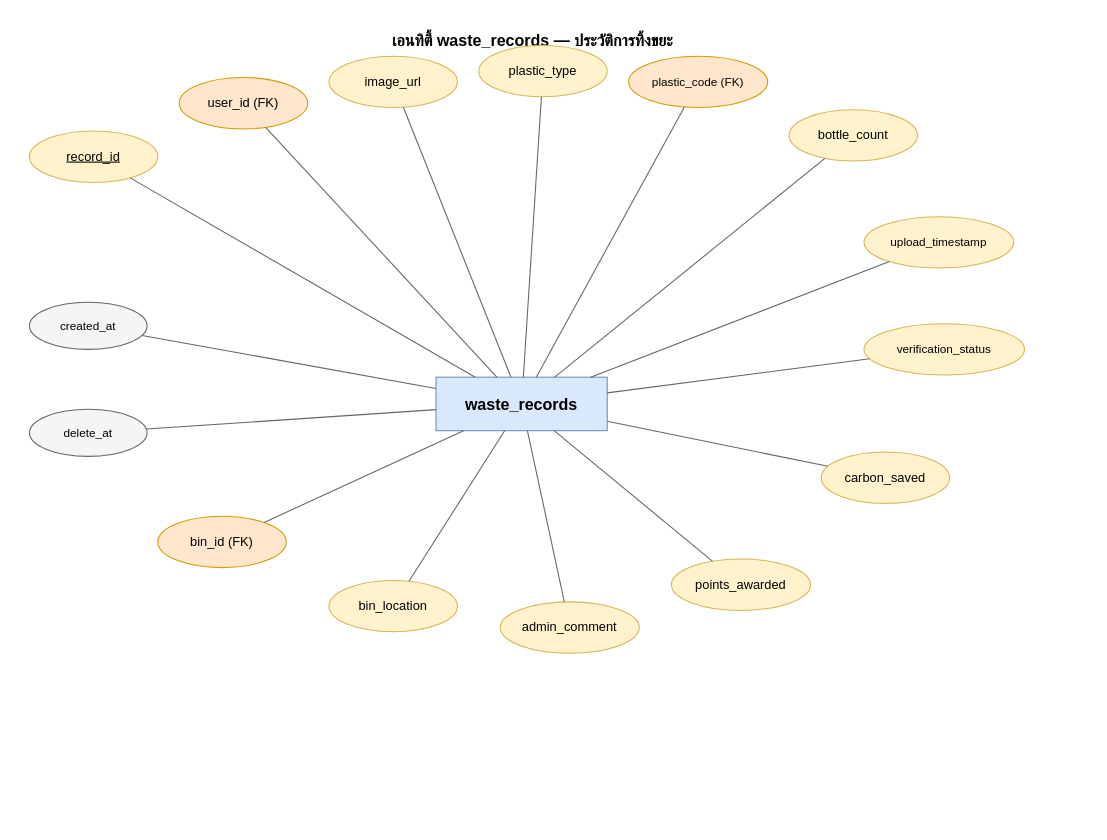
Before: page "2. waste_records" (2 of 9) of docs/diagrams/er/ecobin-er-all-entities.drawio in jirakit661102057104-cloud/ecobin-connect, a draw.io diagram. Source tidied: cells renumbered, new cells numbered last; positions are measured from the earlier drawing's top-left corner, leaving out a move shared by most shapes. Both pictures are drawn from the tidied source at 107%, with x=0, y=0 at pixel (29, 24).
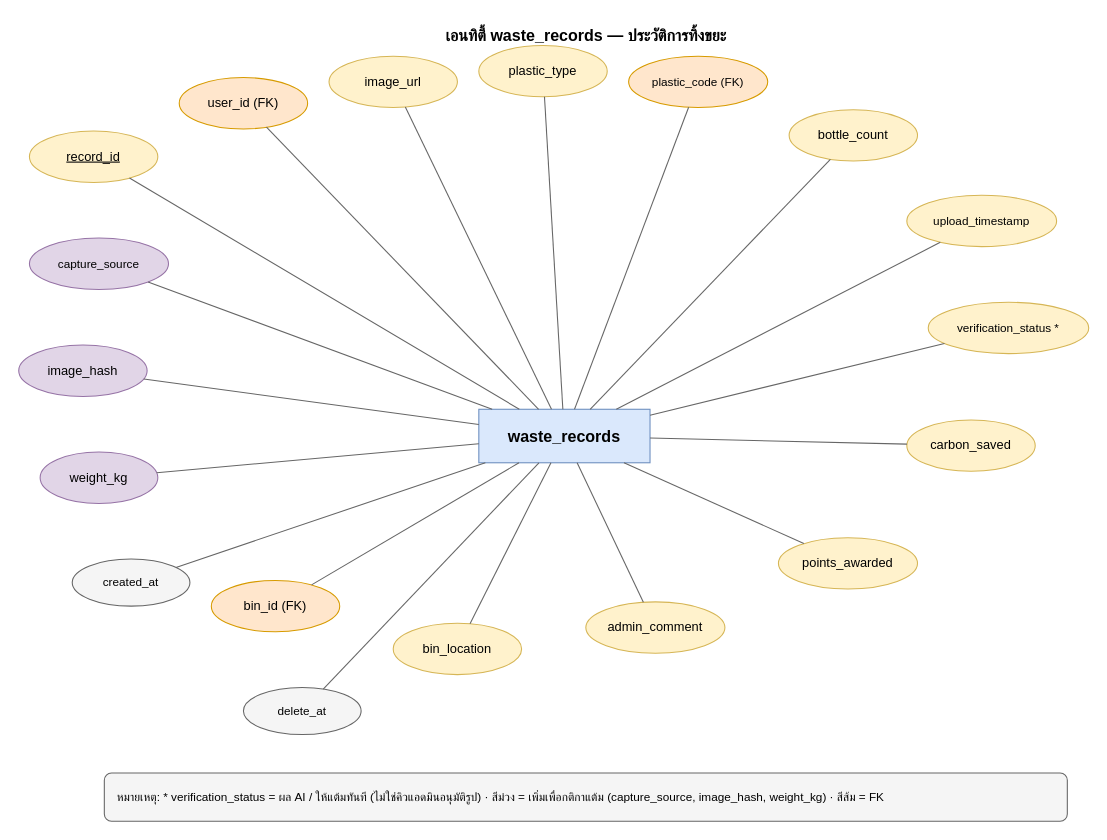
The same page after the edit.

The edit, as a diff of the source:
```diff
@@
     <mxCell id="2" value="เอนทิตี้ waste_records — ประวัติการทิ้งขยะ" style="text;html=1;align=center;fontStyle=1;fontSize=15;" parent="1" vertex="1">
-      <mxGeometry x="170" width="600" height="30" as="geometry" />
+      <mxGeometry x="170" y="-5" width="700" height="30" as="geometry" />
     </mxCell>
     <mxCell id="3" value="waste_records" style="rounded=0;whiteSpace=wrap;html=1;fillColor=#dae8fc;strokeColor=#6c8ebf;fontStyle=1;fontSize=15;" parent="1" vertex="1">
-      <mxGeometry x="380" y="330" width="160" height="50" as="geometry" />
+      <mxGeometry x="420" y="360" width="160" height="50" as="geometry" />
     </mxCell>
@@
     <mxCell id="10" value="upload_timestamp" style="ellipse;whiteSpace=wrap;html=1;fillColor=#fff2cc;strokeColor=#d6b656;fontSize=11;" parent="1" vertex="1">
-      <mxGeometry x="780" y="180" width="140" height="48" as="geometry" />
+      <mxGeometry x="820" y="160" width="140" height="48" as="geometry" />
     </mxCell>
-    <mxCell id="11" value="verification_status" style="ellipse;whiteSpace=wrap;html=1;fillColor=#fff2cc;strokeColor=#d6b656;fontSize=11;" parent="1" vertex="1">
-      <mxGeometry x="780" y="280" width="150" height="48" as="geometry" />
+    <mxCell id="11" value="verification_status *" style="ellipse;whiteSpace=wrap;html=1;fillColor=#fff2cc;strokeColor=#d6b656;fontSize=11;" parent="1" vertex="1">
+      <mxGeometry x="840" y="260" width="150" height="48" as="geometry" />
     </mxCell>
     <mxCell id="12" value="carbon_saved" style="ellipse;whiteSpace=wrap;html=1;fillColor=#fff2cc;strokeColor=#d6b656;fontSize=12;" parent="1" vertex="1">
-      <mxGeometry x="740" y="400" width="120" height="48" as="geometry" />
+      <mxGeometry x="820" y="370" width="120" height="48" as="geometry" />
     </mxCell>
     <mxCell id="13" value="points_awarded" style="ellipse;whiteSpace=wrap;html=1;fillColor=#fff2cc;strokeColor=#d6b656;fontSize=12;" parent="1" vertex="1">
-      <mxGeometry x="600" y="500" width="130" height="48" as="geometry" />
+      <mxGeometry x="700" y="480" width="130" height="48" as="geometry" />
     </mxCell>
     <mxCell id="14" value="admin_comment" style="ellipse;whiteSpace=wrap;html=1;fillColor=#fff2cc;strokeColor=#d6b656;fontSize=12;" parent="1" vertex="1">
-      <mxGeometry x="440" y="540" width="130" height="48" as="geometry" />
+      <mxGeometry x="520" y="540" width="130" height="48" as="geometry" />
     </mxCell>
     <mxCell id="15" value="bin_location" style="ellipse;whiteSpace=wrap;html=1;fillColor=#fff2cc;strokeColor=#d6b656;fontSize=12;" parent="1" vertex="1">
-      <mxGeometry x="280" y="520" width="120" height="48" as="geometry" />
+      <mxGeometry x="340" y="560" width="120" height="48" as="geometry" />
     </mxCell>
     <mxCell id="16" value="bin_id (FK)" style="ellipse;whiteSpace=wrap;html=1;fillColor=#ffe6cc;strokeColor=#d79b00;fontSize=12;" parent="1" vertex="1">
-      <mxGeometry x="120" y="460" width="120" height="48" as="geometry" />
+      <mxGeometry x="170" y="520" width="120" height="48" as="geometry" />
     </mxCell>
+    <mxCell id="34" value="capture_source" style="ellipse;whiteSpace=wrap;html=1;fillColor=#e1d5e7;strokeColor=#9673a6;fontSize=11;" parent="1" vertex="1">
+      <mxGeometry y="200" width="130" height="48" as="geometry" />
+    </mxCell>
+    <mxCell id="35" value="image_hash" style="ellipse;whiteSpace=wrap;html=1;fillColor=#e1d5e7;strokeColor=#9673a6;fontSize=12;" parent="1" vertex="1">
+      <mxGeometry x="-10" y="300" width="120" height="48" as="geometry" />
+    </mxCell>
+    <mxCell id="36" value="weight_kg" style="ellipse;whiteSpace=wrap;html=1;fillColor=#e1d5e7;strokeColor=#9673a6;fontSize=12;" parent="1" vertex="1">
+      <mxGeometry x="10" y="400" width="110" height="48" as="geometry" />
+    </mxCell>
     <mxCell id="17" value="created_at" style="ellipse;whiteSpace=wrap;html=1;fillColor=#f5f5f5;strokeColor=#666666;fontSize=11;" parent="1" vertex="1">
-      <mxGeometry y="260" width="110" height="44" as="geometry" />
+      <mxGeometry x="40" y="500" width="110" height="44" as="geometry" />
     </mxCell>
     <mxCell id="18" value="delete_at" style="ellipse;whiteSpace=wrap;html=1;fillColor=#f5f5f5;strokeColor=#666666;fontSize=11;" parent="1" vertex="1">
-      <mxGeometry y="360" width="110" height="44" as="geometry" />
+      <mxGeometry x="200" y="620" width="110" height="44" as="geometry" />
     </mxCell>
@@
+    <mxCell id="37" style="endArrow=none;html=1;strokeColor=#666;" parent="1" edge="1" source="34" target="3">
+      <mxGeometry relative="1" as="geometry" />
+    </mxCell>
+    <mxCell id="38" style="endArrow=none;html=1;strokeColor=#666;" parent="1" edge="1" source="35" target="3">
+      <mxGeometry relative="1" as="geometry" />
+    </mxCell>
+    <mxCell id="39" style="endArrow=none;html=1;strokeColor=#666;" parent="1" edge="1" source="36" target="3">
+      <mxGeometry relative="1" as="geometry" />
+    </mxCell>
+    <mxCell id="40" value="หมายเหตุ: * verification_status = ผล AI / ให้แต้มทันที (ไม่ใช่คิวแอดมินอนุมัติรูป) · สีม่วง = เพิ่มเพื่อกติกาแต้ม (capture_source, image_hash, weight_kg) · สีส้ม = FK" style="rounded=1;whiteSpace=wrap;html=1;fillColor=#f5f5f5;strokeColor=#666666;align=left;spacingLeft=10;fontSize=11;" parent="1" vertex="1">
+      <mxGeometry x="70" y="700" width="900" height="45" as="geometry" />
+    </mxCell>
```
